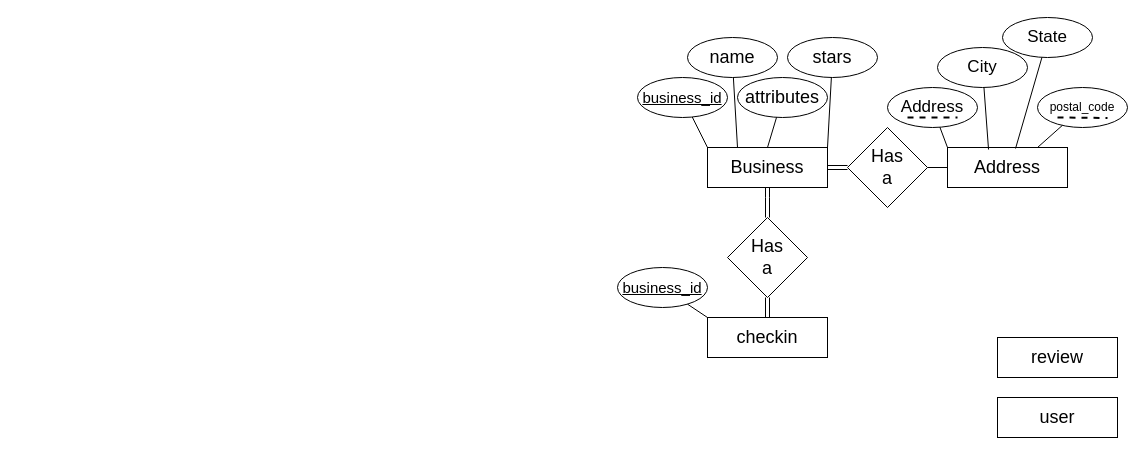
This is milestoneproject.drawio from IgorBCode/cv, a draw.io file, before an edit. Source tidied: cells renumbered, new cells numbered last; positions are measured from the earlier drawing's top-left corner, leaving out a move shared by most shapes. Both pictures are drawn from the tidied source at 100%, with x=0, y=0 at pixel (617, 17).
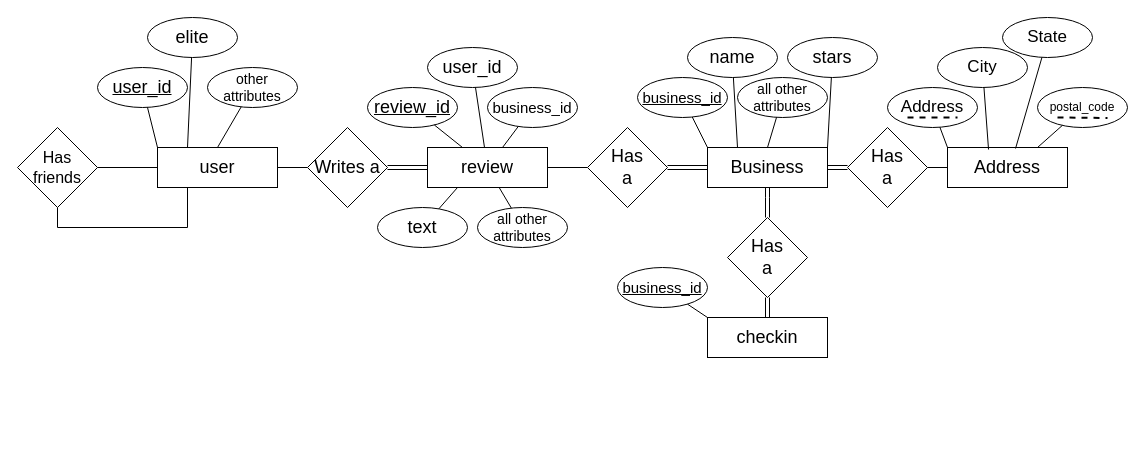
The same page after the edit.

The change refers to these unchanged cells:
```xml
<mxCell id="4" value="&lt;font style=&quot;font-size: 18px;&quot;&gt;Business&lt;/font&gt;" style="rounded=0;whiteSpace=wrap;html=1;" parent="1" vertex="1">
  <mxGeometry x="90" y="130" width="120" height="40" as="geometry" />
</mxCell>
```

What changed in the source:
```diff
@@
+    <mxCell id="34" style="edgeStyle=orthogonalEdgeStyle;rounded=0;jettySize=auto;html=1;exitX=0;exitY=0.5;exitDx=0;exitDy=0;entryX=1;entryY=0.5;entryDx=0;entryDy=0;shape=link;" parent="1" edge="1" source="4" target="40">
+      <mxGeometry relative="1" as="geometry" />
+    </mxCell>
@@
-    <mxCell id="23" value="&lt;font style=&quot;font-size: 18px;&quot;&gt;attributes&lt;/font&gt;" style="ellipse;whiteSpace=wrap;html=1;" parent="1" vertex="1">
+    <mxCell id="23" value="&lt;font style=&quot;font-size: 14px;&quot;&gt;all other attributes&lt;br&gt;&lt;/font&gt;" style="ellipse;whiteSpace=wrap;html=1;" parent="1" vertex="1">
       <mxGeometry x="120" y="60" width="90" height="40" as="geometry" />
     </mxCell>
@@
+    <mxCell id="35" style="edgeStyle=orthogonalEdgeStyle;rounded=0;jettySize=auto;html=1;endArrow=none;endFill=0;" parent="1" edge="1" source="32" target="48">
+      <mxGeometry relative="1" as="geometry" />
+    </mxCell>
     <mxCell id="32" value="&lt;font style=&quot;font-size: 18px;&quot;&gt;user&lt;/font&gt;" style="rounded=0;whiteSpace=wrap;html=1;" parent="1" vertex="1">
-      <mxGeometry x="380" y="380" width="120" height="40" as="geometry" />
+      <mxGeometry x="-460" y="130" width="120" height="40" as="geometry" />
     </mxCell>
+    <mxCell id="36" style="edgeStyle=orthogonalEdgeStyle;rounded=0;jettySize=auto;html=1;exitX=0;exitY=0.5;exitDx=0;exitDy=0;entryX=1;entryY=0.5;entryDx=0;entryDy=0;endArrow=none;endFill=0;shape=link;" parent="1" edge="1" source="33" target="39">
+      <mxGeometry relative="1" as="geometry" />
+    </mxCell>
+    <mxCell id="37" style="edgeStyle=orthogonalEdgeStyle;rounded=0;jettySize=auto;html=1;exitX=1;exitY=0.5;exitDx=0;exitDy=0;entryX=0;entryY=0.5;entryDx=0;entryDy=0;endArrow=none;endFill=0;" parent="1" edge="1" source="33" target="40">
+      <mxGeometry relative="1" as="geometry" />
+    </mxCell>
     <mxCell id="33" value="&lt;font style=&quot;font-size: 18px;&quot;&gt;review&lt;/font&gt;" style="rounded=0;whiteSpace=wrap;html=1;" parent="1" vertex="1">
-      <mxGeometry x="380" y="320" width="120" height="40" as="geometry" />
+      <mxGeometry x="-190" y="130" width="120" height="40" as="geometry" />
     </mxCell>
+    <mxCell id="38" style="edgeStyle=orthogonalEdgeStyle;rounded=0;jettySize=auto;html=1;exitX=0;exitY=0.5;exitDx=0;exitDy=0;endArrow=none;endFill=0;" parent="1" edge="1" source="39" target="32">
+      <mxGeometry relative="1" as="geometry" />
+    </mxCell>
+    <mxCell id="39" value="&lt;div&gt;&lt;font style=&quot;font-size: 18px;&quot;&gt;Writes a&lt;br&gt;&lt;/font&gt;&lt;/div&gt;" style="rhombus;whiteSpace=wrap;html=1;" parent="1" vertex="1">
+      <mxGeometry x="-310" y="110" width="80" height="80" as="geometry" />
+    </mxCell>
+    <mxCell id="40" value="&lt;div&gt;&lt;font style=&quot;font-size: 18px;&quot;&gt;Has&lt;/font&gt;&lt;/div&gt;&lt;div&gt;&lt;font style=&quot;font-size: 18px;&quot;&gt;a&lt;br&gt;&lt;/font&gt;&lt;/div&gt;" style="rhombus;whiteSpace=wrap;html=1;" parent="1" vertex="1">
+      <mxGeometry x="-30" y="110" width="80" height="80" as="geometry" />
+    </mxCell>
+    <mxCell id="41" value="&lt;u&gt;&lt;font style=&quot;font-size: 18px;&quot;&gt;user_id&lt;/font&gt;&lt;/u&gt;" style="ellipse;whiteSpace=wrap;html=1;" parent="1" vertex="1">
+      <mxGeometry x="-520" y="50" width="90" height="40" as="geometry" />
+    </mxCell>
+    <mxCell id="42" style="endArrow=none;html=1;rounded=0;exitX=0;exitY=0;exitDx=0;exitDy=0;" parent="1" edge="1" source="32" target="41">
+      <mxGeometry relative="1" as="geometry" />
+    </mxCell>
+    <mxCell id="43" value="&lt;font style=&quot;font-size: 18px;&quot;&gt;elite&lt;/font&gt;" style="ellipse;whiteSpace=wrap;html=1;" parent="1" vertex="1">
+      <mxGeometry x="-470" width="90" height="40" as="geometry" />
+    </mxCell>
+    <mxCell id="44" style="endArrow=none;html=1;rounded=0;exitX=0.25;exitY=0;exitDx=0;exitDy=0;" parent="1" edge="1" source="32" target="43">
+      <mxGeometry relative="1" as="geometry" />
+    </mxCell>
+    <mxCell id="45" value="&lt;font style=&quot;font-size: 14px;&quot;&gt;other attributes&lt;br&gt;&lt;/font&gt;" style="ellipse;whiteSpace=wrap;html=1;" parent="1" vertex="1">
+      <mxGeometry x="-410" y="50" width="90" height="40" as="geometry" />
+    </mxCell>
+    <mxCell id="46" style="endArrow=none;html=1;rounded=0;exitX=0.5;exitY=0;exitDx=0;exitDy=0;" parent="1" edge="1" source="32" target="45">
+      <mxGeometry relative="1" as="geometry" />
+    </mxCell>
+    <mxCell id="47" style="edgeStyle=orthogonalEdgeStyle;rounded=0;jettySize=auto;html=1;exitX=0.5;exitY=1;exitDx=0;exitDy=0;entryX=0.25;entryY=1;entryDx=0;entryDy=0;endArrow=none;endFill=0;" parent="1" edge="1" source="48" target="32">
+      <mxGeometry relative="1" as="geometry" />
+    </mxCell>
+    <mxCell id="48" value="&lt;font style=&quot;font-size: 16px;&quot;&gt;Has friends&lt;/font&gt;" style="rhombus;whiteSpace=wrap;html=1;" parent="1" vertex="1">
+      <mxGeometry x="-600" y="110" width="80" height="80" as="geometry" />
+    </mxCell>
+    <mxCell id="49" value="&lt;u&gt;&lt;font style=&quot;font-size: 18px;&quot;&gt;review_id&lt;/font&gt;&lt;/u&gt;" style="ellipse;whiteSpace=wrap;html=1;" parent="1" vertex="1">
+      <mxGeometry x="-250" y="70" width="90" height="40" as="geometry" />
+    </mxCell>
+    <mxCell id="50" style="endArrow=none;html=1;rounded=0;" parent="1" edge="1" source="33" target="49">
+      <mxGeometry relative="1" as="geometry" />
+    </mxCell>
+    <mxCell id="51" value="&lt;font style=&quot;font-size: 18px;&quot;&gt;user_id&lt;/font&gt;" style="ellipse;whiteSpace=wrap;html=1;" parent="1" vertex="1">
+      <mxGeometry x="-190" y="30" width="90" height="40" as="geometry" />
+    </mxCell>
+    <mxCell id="52" style="endArrow=none;html=1;rounded=0;" parent="1" edge="1" source="33" target="51">
+      <mxGeometry relative="1" as="geometry" />
+    </mxCell>
+    <mxCell id="53" value="&lt;font size=&quot;1&quot;&gt;&lt;span style=&quot;font-size: 15px;&quot;&gt;business_id&lt;/span&gt;&lt;/font&gt;" style="ellipse;whiteSpace=wrap;html=1;" parent="1" vertex="1">
+      <mxGeometry x="-130" y="70" width="90" height="40" as="geometry" />
+    </mxCell>
+    <mxCell id="54" style="endArrow=none;html=1;rounded=0;" parent="1" edge="1" source="33" target="53">
+      <mxGeometry relative="1" as="geometry" />
+    </mxCell>
+    <mxCell id="55" value="&lt;font style=&quot;font-size: 18px;&quot;&gt;text&lt;/font&gt;" style="ellipse;whiteSpace=wrap;html=1;" parent="1" vertex="1">
+      <mxGeometry x="-240" y="190" width="90" height="40" as="geometry" />
+    </mxCell>
+    <mxCell id="56" style="endArrow=none;html=1;rounded=0;entryX=0.25;entryY=1;entryDx=0;entryDy=0;" parent="1" edge="1" source="55" target="33">
+      <mxGeometry relative="1" as="geometry" />
+    </mxCell>
+    <mxCell id="57" value="&lt;font style=&quot;font-size: 14px;&quot;&gt;all other attributes&lt;br&gt;&lt;/font&gt;" style="ellipse;whiteSpace=wrap;html=1;" parent="1" vertex="1">
+      <mxGeometry x="-140" y="190" width="90" height="40" as="geometry" />
+    </mxCell>
+    <mxCell id="58" style="endArrow=none;html=1;rounded=0;" parent="1" edge="1" source="57" target="33">
+      <mxGeometry relative="1" as="geometry" />
+    </mxCell>
```
